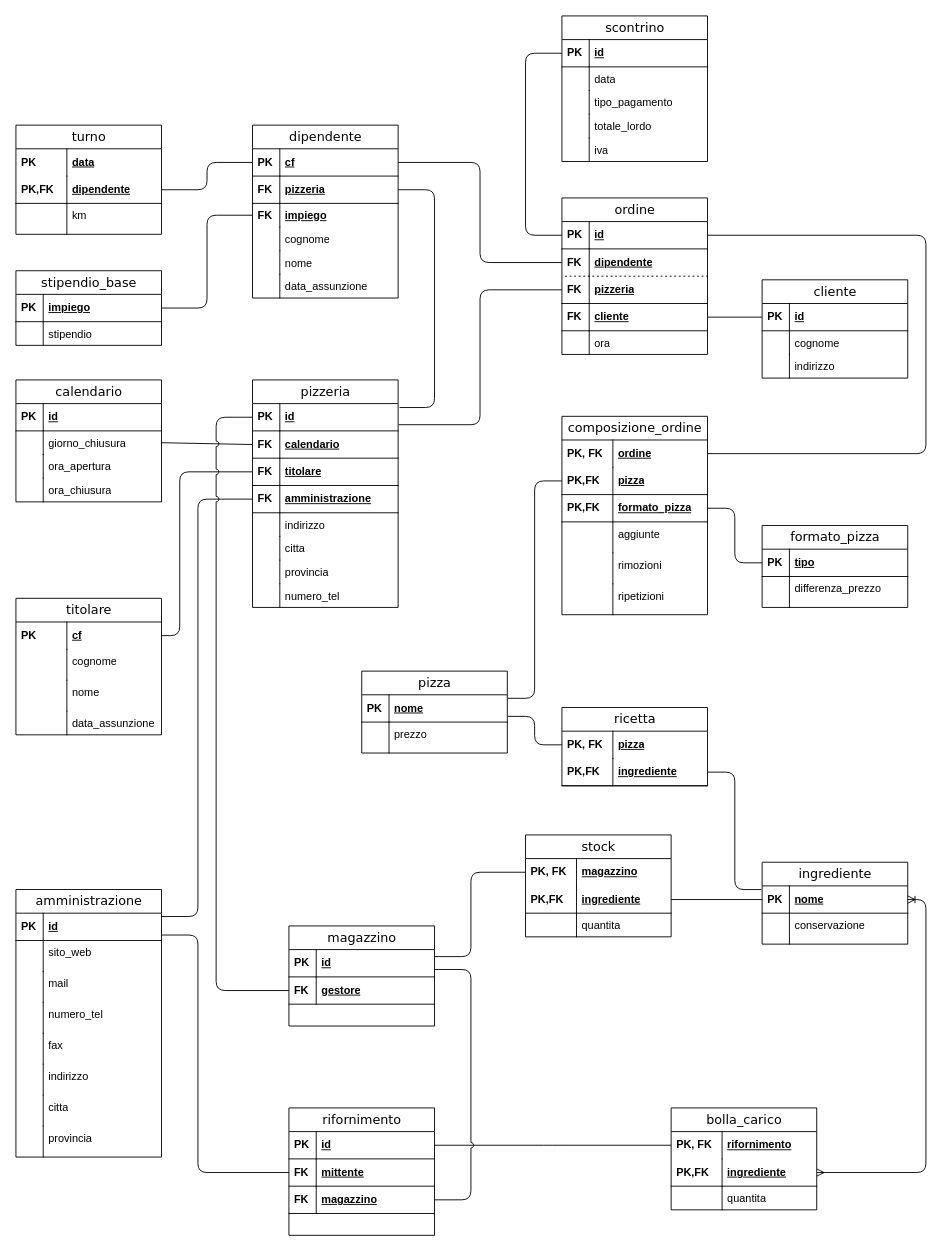
The draw.io diagram Draw/PaduPizzaRelazionale.drawio in NicholasPilotto/PaduPizza, before the edit. Source tidied: cells renumbered, new cells numbered last; positions are measured from the earlier drawing's top-left corner, leaving out a move shared by most shapes. Both pictures are drawn from the tidied source at 91%, with x=0, y=0 at pixel (15, 15).
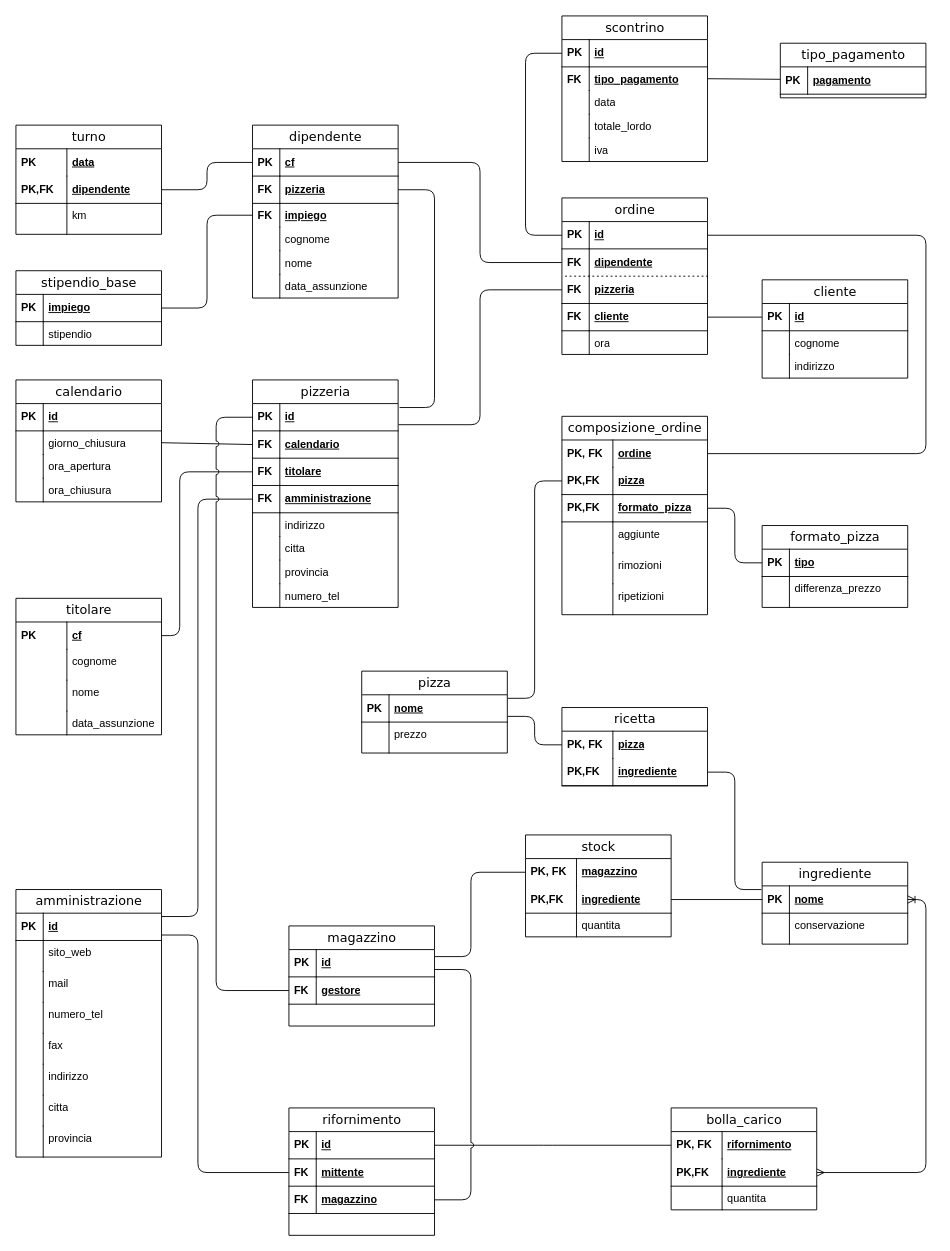
After the change.

The change refers to these unchanged cells:
```xml
<mxCell id="82" value="scontrino" style="swimlane;html=1;fontStyle=0;horizontal=1;startSize=26;swimlaneFillColor=#ffffff;align=center;rounded=0;shadow=0;comic=0;labelBackgroundColor=none;strokeWidth=1;fontFamily=Verdana;fontSize=14;fillColor=#FFFFFF;fontColor=#000000;" parent="1" vertex="1">
  <mxGeometry x="600" width="160" height="160" as="geometry" />
</mxCell>
```

Diff of the diagram source:
```diff
@@
+    <mxCell id="87" value="&lt;u&gt;&lt;b&gt;tipo_pagamento&lt;/b&gt;&lt;/u&gt;" style="shape=partialRectangle;top=0;left=0;right=0;bottom=0;html=1;align=left;verticalAlign=top;fillColor=none;spacingLeft=34;spacingRight=4;whiteSpace=wrap;overflow=hidden;points=[[0,0.5],[1,0.5]];portConstraint=eastwest;fontColor=#000000;" parent="82" vertex="1">
+      <mxGeometry y="56" width="160" height="26" as="geometry" />
+    </mxCell>
+    <mxCell id="88" value="&lt;b&gt;FK&lt;/b&gt;" style="shape=partialRectangle;top=0;left=0;bottom=0;html=1;fillColor=none;align=left;verticalAlign=top;spacingLeft=4;spacingRight=4;whiteSpace=wrap;overflow=hidden;fontColor=#000000;" parent="87" vertex="1">
+      <mxGeometry width="30" height="26" as="geometry" />
+    </mxCell>
     <mxCell id="85" value="data" style="shape=partialRectangle;top=0;left=0;right=0;bottom=0;html=1;align=left;verticalAlign=top;fillColor=none;spacingLeft=34;spacingRight=4;whiteSpace=wrap;overflow=hidden;fontColor=#000000;" parent="82" vertex="1">
-      <mxGeometry y="56" width="160" height="26" as="geometry" />
+      <mxGeometry y="82" width="160" height="26" as="geometry" />
     </mxCell>
@@
-    <mxCell id="87" value="tipo_pagamento" style="shape=partialRectangle;top=0;left=0;right=0;bottom=0;html=1;align=left;verticalAlign=top;fillColor=none;spacingLeft=34;spacingRight=4;whiteSpace=wrap;overflow=hidden;points=[[0,0.5],[1,0.5]];portConstraint=eastwest;fontColor=#000000;" parent="82" vertex="1">
-      <mxGeometry y="82" width="160" height="26" as="geometry" />
-    </mxCell>
-    <mxCell id="88" style="shape=partialRectangle;top=0;left=0;bottom=0;html=1;fillColor=none;align=left;verticalAlign=top;spacingLeft=4;spacingRight=4;whiteSpace=wrap;overflow=hidden;fontColor=#000000;" parent="87" vertex="1">
-      <mxGeometry width="30" height="26" as="geometry" />
-    </mxCell>
@@
+    <mxCell id="189" value="tipo_pagamento" style="swimlane;html=1;fontStyle=0;horizontal=1;startSize=26;swimlaneFillColor=#ffffff;align=center;rounded=0;shadow=0;comic=0;labelBackgroundColor=none;strokeWidth=1;fontFamily=Verdana;fontSize=14;fillColor=#FFFFFF;fontColor=#000000;" parent="1" vertex="1">
+      <mxGeometry x="840" y="30" width="160" height="60" as="geometry" />
+    </mxCell>
+    <mxCell id="190" value="pagamento" style="shape=partialRectangle;top=0;left=0;right=0;bottom=1;html=1;align=left;verticalAlign=middle;fillColor=none;spacingLeft=34;spacingRight=4;whiteSpace=wrap;overflow=hidden;points=[[0,0.5],[1,0.5]];portConstraint=eastwest;fontStyle=5;fontColor=#000000;" parent="189" vertex="1">
+      <mxGeometry y="26" width="160" height="30" as="geometry" />
+    </mxCell>
+    <mxCell id="191" value="&lt;b&gt;PK&lt;/b&gt;" style="shape=partialRectangle;top=0;left=0;bottom=0;html=1;fillColor=none;align=left;verticalAlign=middle;spacingLeft=4;spacingRight=4;whiteSpace=wrap;overflow=hidden;fontColor=#000000;" parent="190" vertex="1">
+      <mxGeometry width="30" height="30" as="geometry" />
+    </mxCell>
+    <mxCell id="192" style="rounded=1;jettySize=auto;html=1;startArrow=none;startFill=0;endArrow=none;endFill=0;entryX=-0.001;entryY=0.455;entryDx=0;entryDy=0;fontColor=#000000;exitX=1;exitY=0.5;exitDx=0;exitDy=0;entryPerimeter=0;" parent="1" edge="1" source="87" target="190">
+      <mxGeometry relative="1" as="geometry" />
+    </mxCell>
```
